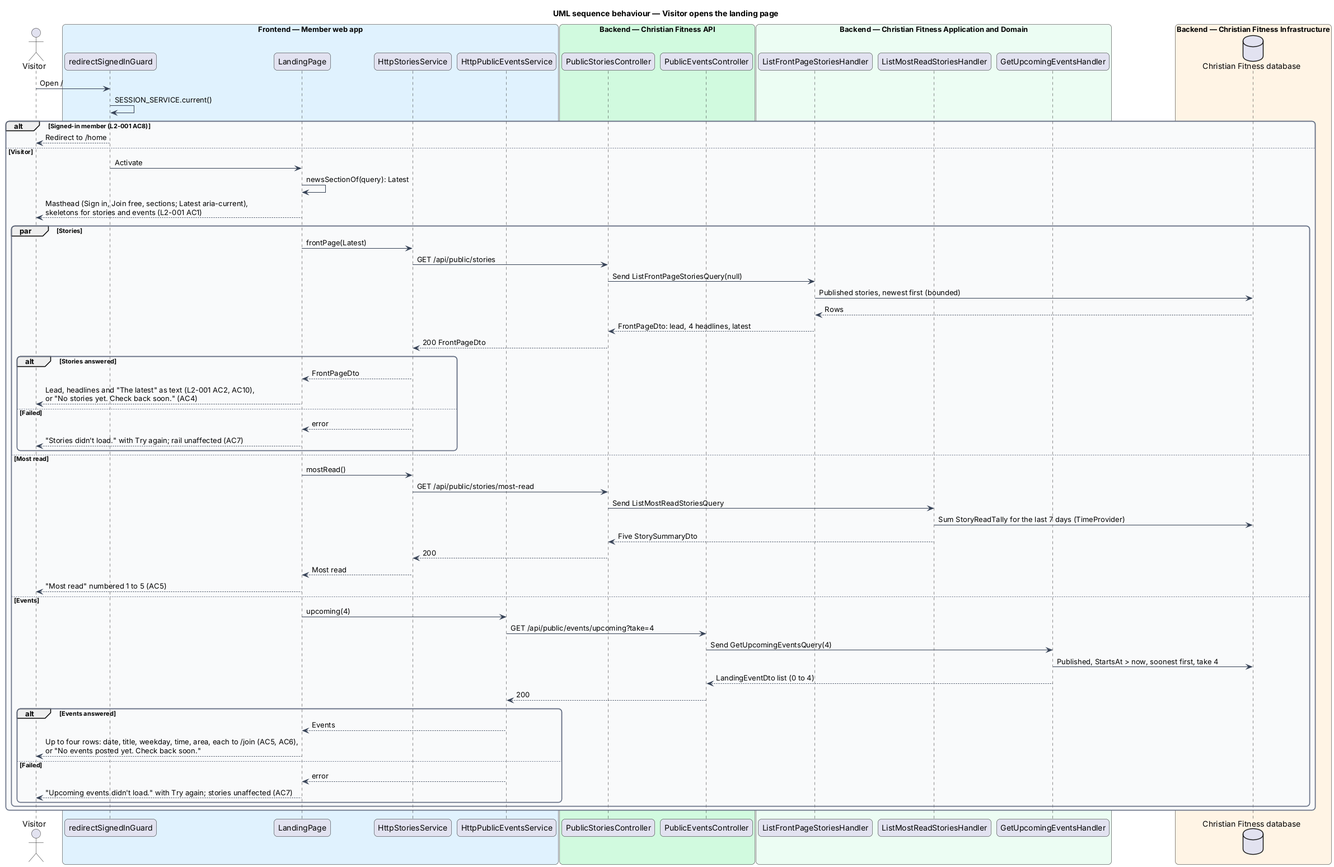
The PlantUML diagram docs/detailed-designs/member-access/view-landing-page/diagrams/sequence-view-landing.png in QuinntyneBrown/christian-fitness, before a commit.
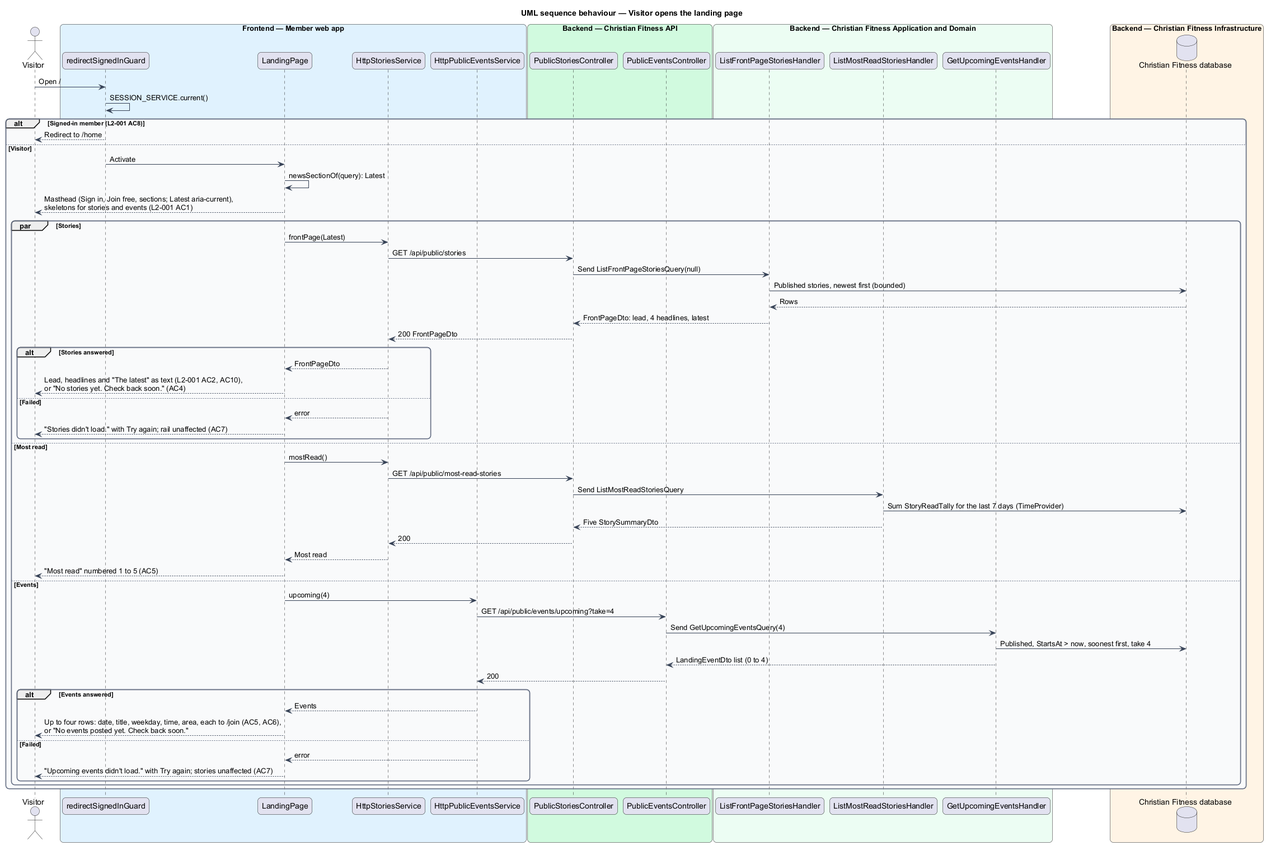
After the commit.

What changed in the source:
```diff
@@ -58,7 +58,7 @@
     end
   else Most read
     page -> stories : mostRead()
-    stories -> sctrl : GET /api/public/stories/most-read
+    stories -> sctrl : GET /api/public/most-read-stories
     sctrl -> most : Send ListMostReadStoriesQuery
     most -> db : Sum StoryReadTally for the last 7 days (TimeProvider)
     most --> sctrl : Five StorySummaryDto
```
